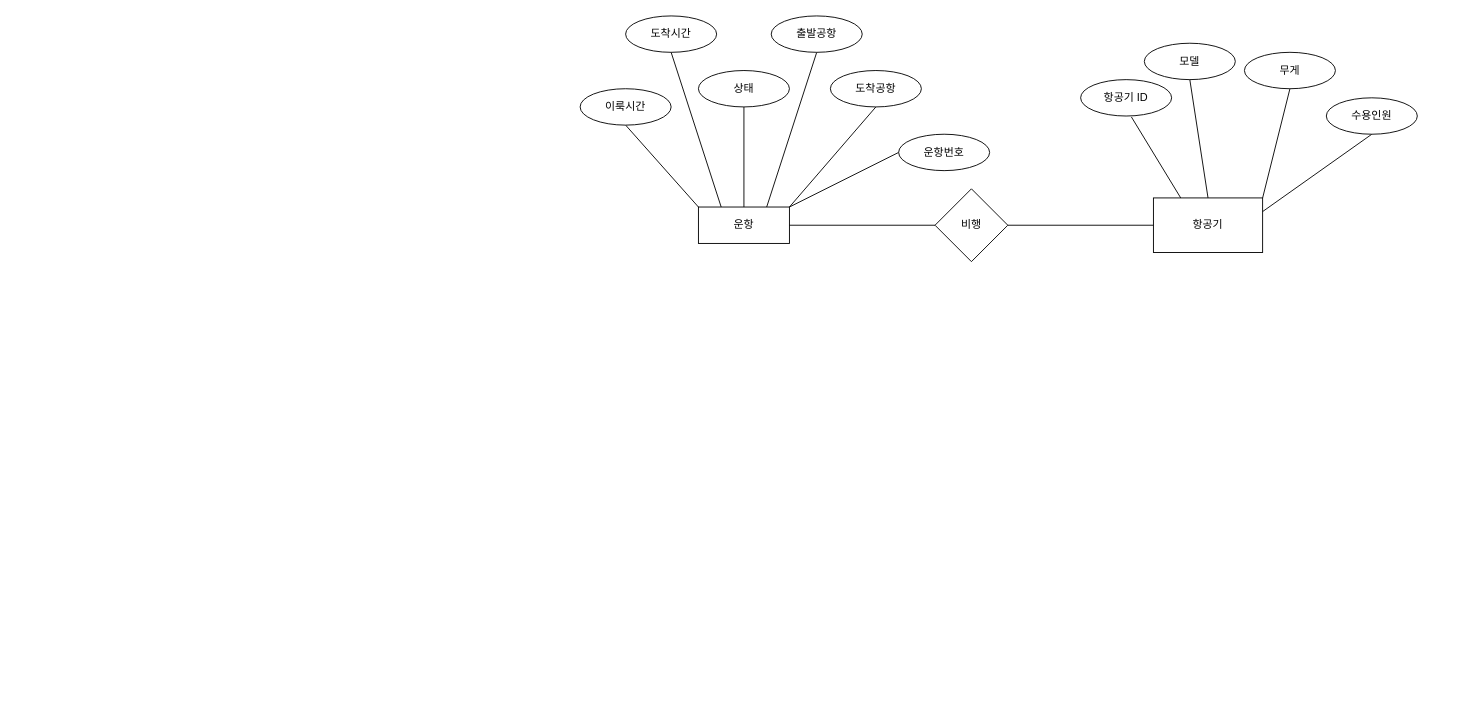
The draw.io diagram 공항.drawio in soupissalt/Festival, before the edit. Source tidied: cells renumbered, new cells numbered last; positions are measured from the earlier drawing's top-left corner, leaving out a move shared by most shapes. Both pictures are drawn from the tidied source at 91%, with x=0, y=0 at pixel (580, 15).
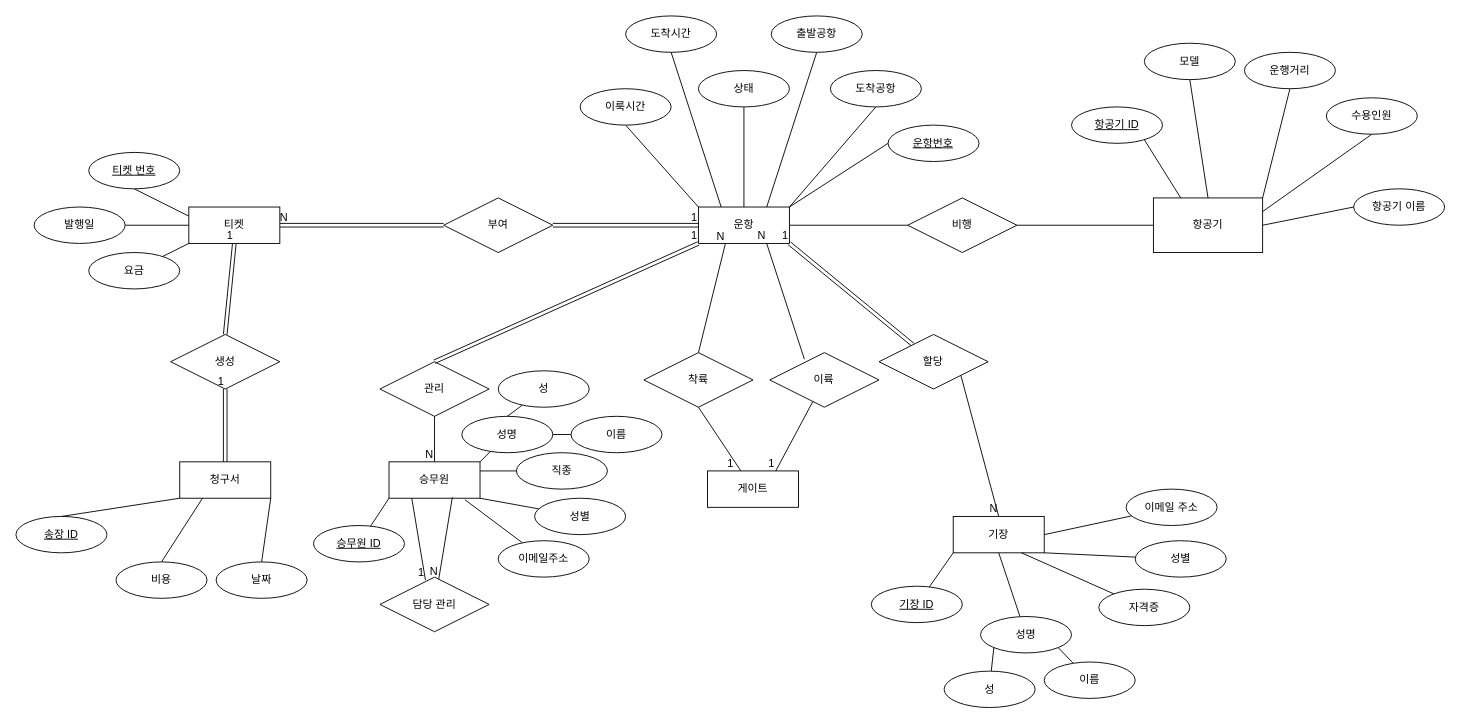
Above is the later version.

Commit message (it also covers changes not shown here):
공항.drawio 업데이트

The change refers to these unchanged cells:
```xml
<mxCell id="2" value="운항" style="whiteSpace=wrap;html=1;align=center;" parent="1" vertex="1">
  <mxGeometry x="130" y="210" width="100" height="40" as="geometry" />
</mxCell>
<mxCell id="17" value="항공기" style="whiteSpace=wrap;html=1;" parent="1" vertex="1">
  <mxGeometry x="630" y="200" width="120" height="60" as="geometry" />
</mxCell>
```

Change to the diagram source:
```diff
@@
-    <mxCell id="14" value="운항번호" style="ellipse;whiteSpace=wrap;html=1;align=center;" parent="1" vertex="1">
-      <mxGeometry x="350" y="130" width="100" height="40" as="geometry" />
-    </mxCell>
-    <mxCell id="15" value="비행" style="rhombus;whiteSpace=wrap;html=1;" parent="1" vertex="1">
-      <mxGeometry x="390" y="190" width="80" height="80" as="geometry" />
-    </mxCell>
@@
-    <mxCell id="19" style="endArrow=none;html=1;rounded=0;entryX=0.25;entryY=0;entryDx=0;entryDy=0;exitX=0.558;exitY=1.025;exitDx=0;exitDy=0;exitPerimeter=0;" parent="1" edge="1" source="23" target="17">
-      <mxGeometry relative="1" as="geometry" />
+    <mxCell id="19" style="endArrow=none;html=1;rounded=0;entryX=0.25;entryY=0;entryDx=0;entryDy=0;exitX=0.5;exitY=1;exitDx=0;exitDy=0;" parent="1" edge="1" target="17">
+      <mxGeometry relative="1" as="geometry">
+        <mxPoint x="610" y="120" as="sourcePoint" />
+      </mxGeometry>
     </mxCell>
@@
-    <mxCell id="23" value="항공기 ID" style="ellipse;whiteSpace=wrap;html=1;align=center;" parent="1" vertex="1">
-      <mxGeometry x="550" y="70" width="100" height="40" as="geometry" />
-    </mxCell>
-    <mxCell id="24" value="무게" style="ellipse;whiteSpace=wrap;html=1;align=center;" parent="1" vertex="1">
+    <mxCell id="24" value="운행거리" style="ellipse;whiteSpace=wrap;html=1;align=center;" parent="1" vertex="1">
       <mxGeometry x="730" y="40" width="100" height="40" as="geometry" />
     </mxCell>
@@
+    <mxCell id="27" style="endArrow=none;html=1;rounded=0;entryX=1;entryY=0.5;entryDx=0;entryDy=0;exitX=0;exitY=0.5;exitDx=0;exitDy=0;" parent="1" edge="1" source="28" target="17">
+      <mxGeometry relative="1" as="geometry" />
+    </mxCell>
+    <mxCell id="28" value="항공기 이름" style="ellipse;whiteSpace=wrap;html=1;align=center;" parent="1" vertex="1">
+      <mxGeometry x="850" y="190" width="100" height="40" as="geometry" />
+    </mxCell>
+    <mxCell id="29" style="shape=link;html=1;rounded=0;entryX=1;entryY=1;entryDx=0;entryDy=0;" parent="1" edge="1" source="52" target="2">
+      <mxGeometry relative="1" as="geometry" />
+    </mxCell>
+    <mxCell id="30" value="1" style="html=1;whiteSpace=wrap;align=right;verticalAlign=bottom;" parent="29" vertex="1">
+      <mxGeometry x="1" relative="1" as="geometry" />
+    </mxCell>
+    <mxCell id="31" style="endArrow=none;html=1;rounded=0;exitX=1;exitY=1;exitDx=0;exitDy=0;entryX=0.5;entryY=0;entryDx=0;entryDy=0;" parent="1" edge="1" source="52" target="33">
+      <mxGeometry relative="1" as="geometry" />
+    </mxCell>
+    <mxCell id="32" value="N" style="html=1;whiteSpace=wrap;align=right;verticalAlign=bottom;" parent="31" vertex="1">
+      <mxGeometry x="1" relative="1" as="geometry" />
+    </mxCell>
+    <mxCell id="33" value="기장" style="whiteSpace=wrap;html=1;align=center;" parent="1" vertex="1">
+      <mxGeometry x="410" y="550" width="100" height="40" as="geometry" />
+    </mxCell>
+    <mxCell id="34" style="endArrow=none;html=1;rounded=0;exitX=1;exitY=0.5;exitDx=0;exitDy=0;" parent="1" edge="1" source="33" target="35">
+      <mxGeometry relative="1" as="geometry" />
+    </mxCell>
+    <mxCell id="35" value="이메일 주소" style="ellipse;whiteSpace=wrap;html=1;align=center;" parent="1" vertex="1">
+      <mxGeometry x="600" y="520" width="100" height="40" as="geometry" />
+    </mxCell>
+    <mxCell id="36" style="endArrow=none;html=1;rounded=0;exitX=1;exitY=1;exitDx=0;exitDy=0;" parent="1" edge="1" source="33" target="38">
+      <mxGeometry relative="1" as="geometry" />
+    </mxCell>
+    <mxCell id="37" style="endArrow=none;html=1;rounded=0;exitX=0.75;exitY=1;exitDx=0;exitDy=0;" parent="1" edge="1" source="33" target="39">
+      <mxGeometry relative="1" as="geometry" />
+    </mxCell>
+    <mxCell id="38" value="성별" style="ellipse;whiteSpace=wrap;html=1;align=center;" parent="1" vertex="1">
+      <mxGeometry x="610" y="576.7" width="100" height="40" as="geometry" />
+    </mxCell>
+    <mxCell id="39" value="자격증" style="ellipse;whiteSpace=wrap;html=1;align=center;" parent="1" vertex="1">
+      <mxGeometry x="570" y="630" width="100" height="40" as="geometry" />
+    </mxCell>
+    <mxCell id="40" style="endArrow=none;html=1;rounded=0;exitX=0.5;exitY=1;exitDx=0;exitDy=0;" parent="1" edge="1" source="33" target="41">
+      <mxGeometry relative="1" as="geometry" />
+    </mxCell>
+    <mxCell id="41" value="성명" style="ellipse;whiteSpace=wrap;html=1;align=center;" parent="1" vertex="1">
+      <mxGeometry x="440" y="660" width="100" height="40" as="geometry" />
+    </mxCell>
+    <mxCell id="42" style="endArrow=none;html=1;rounded=0;exitX=0;exitY=1;exitDx=0;exitDy=0;" parent="1" edge="1" source="41" target="43">
+      <mxGeometry relative="1" as="geometry" />
+    </mxCell>
+    <mxCell id="43" value="성" style="ellipse;whiteSpace=wrap;html=1;align=center;" parent="1" vertex="1">
+      <mxGeometry x="400" y="720" width="100" height="40" as="geometry" />
+    </mxCell>
+    <mxCell id="44" style="endArrow=none;html=1;rounded=0;exitX=1;exitY=1;exitDx=0;exitDy=0;" parent="1" edge="1" source="41" target="45">
+      <mxGeometry relative="1" as="geometry" />
+    </mxCell>
+    <mxCell id="45" value="이름" style="ellipse;whiteSpace=wrap;html=1;align=center;" parent="1" vertex="1">
+      <mxGeometry x="510" y="710" width="100" height="40" as="geometry" />
+    </mxCell>
+    <mxCell id="46" style="endArrow=none;html=1;rounded=0;exitX=0;exitY=1;exitDx=0;exitDy=0;" parent="1" edge="1" source="33" target="96">
+      <mxGeometry relative="1" as="geometry" />
+    </mxCell>
+    <mxCell id="47" style="endArrow=none;html=1;rounded=0;entryX=0.296;entryY=1.007;entryDx=0;entryDy=0;entryPerimeter=0;exitX=0.5;exitY=0;exitDx=0;exitDy=0;" parent="1" edge="1" source="51" target="2">
+      <mxGeometry relative="1" as="geometry" />
+    </mxCell>
+    <mxCell id="48" value="N" style="html=1;whiteSpace=wrap;align=right;verticalAlign=bottom;" parent="47" vertex="1">
+      <mxGeometry x="1" relative="1" as="geometry" />
+    </mxCell>
+    <mxCell id="49" style="endArrow=none;html=1;rounded=0;entryX=0.75;entryY=1;entryDx=0;entryDy=0;exitX=0.317;exitY=0.12;exitDx=0;exitDy=0;exitPerimeter=0;" parent="1" edge="1" source="53" target="2">
+      <mxGeometry relative="1" as="geometry" />
+    </mxCell>
+    <mxCell id="50" value="N" style="html=1;whiteSpace=wrap;align=right;verticalAlign=bottom;" parent="49" vertex="1">
+      <mxGeometry x="1" relative="1" as="geometry" />
+    </mxCell>
+    <mxCell id="51" value="착륙" style="shape=rhombus;perimeter=rhombusPerimeter;whiteSpace=wrap;html=1;align=center;" parent="1" vertex="1">
+      <mxGeometry x="70" y="370" width="120" height="60" as="geometry" />
+    </mxCell>
+    <mxCell id="52" value="할당" style="shape=rhombus;perimeter=rhombusPerimeter;whiteSpace=wrap;html=1;align=center;" parent="1" vertex="1">
+      <mxGeometry x="328.4" y="350" width="120" height="60" as="geometry" />
+    </mxCell>
+    <mxCell id="15" value="비행" style="shape=rhombus;perimeter=rhombusPerimeter;whiteSpace=wrap;html=1;align=center;" parent="1" vertex="1">
+      <mxGeometry x="360" y="200" width="120" height="60" as="geometry" />
+    </mxCell>
+    <mxCell id="53" value="이륙" style="shape=rhombus;perimeter=rhombusPerimeter;whiteSpace=wrap;html=1;align=center;" parent="1" vertex="1">
+      <mxGeometry x="208.4" y="370" width="120" height="60" as="geometry" />
+    </mxCell>
+    <mxCell id="54" style="endArrow=none;html=1;rounded=0;exitX=0.5;exitY=1;exitDx=0;exitDy=0;" parent="1" edge="1" source="51" target="56">
+      <mxGeometry relative="1" as="geometry" />
+    </mxCell>
+    <mxCell id="55" value="1" style="html=1;whiteSpace=wrap;align=right;verticalAlign=bottom;" parent="54" vertex="1">
+      <mxGeometry x="1" relative="1" as="geometry">
+        <mxPoint x="-7" as="offset" />
+      </mxGeometry>
+    </mxCell>
+    <mxCell id="56" value="게이트" style="whiteSpace=wrap;html=1;align=center;" parent="1" vertex="1">
+      <mxGeometry x="140" y="500" width="100" height="40" as="geometry" />
+    </mxCell>
+    <mxCell id="57" style="endArrow=none;html=1;rounded=0;entryX=0.75;entryY=0;entryDx=0;entryDy=0;" parent="1" edge="1" source="53" target="56">
+      <mxGeometry relative="1" as="geometry" />
+    </mxCell>
+    <mxCell id="58" value="1" style="html=1;whiteSpace=wrap;align=right;verticalAlign=bottom;" parent="57" vertex="1">
+      <mxGeometry x="1" relative="1" as="geometry" />
+    </mxCell>
+    <mxCell id="59" value="관리" style="shape=rhombus;perimeter=rhombusPerimeter;whiteSpace=wrap;html=1;align=center;" parent="1" vertex="1">
+      <mxGeometry x="-220" y="380" width="120" height="60" as="geometry" />
+    </mxCell>
+    <mxCell id="60" style="shape=link;html=1;rounded=0;exitX=0.5;exitY=0;exitDx=0;exitDy=0;entryX=0;entryY=1;entryDx=0;entryDy=0;" parent="1" edge="1" source="59" target="2">
+      <mxGeometry relative="1" as="geometry" />
+    </mxCell>
+    <mxCell id="61" value="1" style="html=1;whiteSpace=wrap;align=right;verticalAlign=bottom;" parent="60" vertex="1">
+      <mxGeometry x="1" relative="1" as="geometry" />
+    </mxCell>
+    <mxCell id="62" style="shape=link;html=1;rounded=0;entryX=0;entryY=0.5;entryDx=0;entryDy=0;exitX=1;exitY=0.5;exitDx=0;exitDy=0;" parent="1" edge="1" source="85" target="2">
+      <mxGeometry relative="1" as="geometry" />
+    </mxCell>
+    <mxCell id="63" value="1" style="html=1;whiteSpace=wrap;align=right;verticalAlign=bottom;" parent="62" vertex="1">
+      <mxGeometry x="1" relative="1" as="geometry" />
+    </mxCell>
+    <mxCell id="64" style="endArrow=none;html=1;rounded=0;exitX=0.5;exitY=1;exitDx=0;exitDy=0;" parent="1" edge="1" source="59" target="66">
+      <mxGeometry relative="1" as="geometry" />
+    </mxCell>
+    <mxCell id="65" value="N" style="html=1;whiteSpace=wrap;align=right;verticalAlign=bottom;" parent="64" vertex="1">
+      <mxGeometry x="1" relative="1" as="geometry" />
+    </mxCell>
+    <mxCell id="66" value="승무원" style="whiteSpace=wrap;html=1;align=center;" parent="1" vertex="1">
+      <mxGeometry x="-210" y="490" width="100" height="40" as="geometry" />
+    </mxCell>
+    <mxCell id="67" style="endArrow=none;html=1;rounded=0;exitX=1;exitY=0;exitDx=0;exitDy=0;" parent="1" edge="1" source="66" target="68">
+      <mxGeometry relative="1" as="geometry" />
+    </mxCell>
+    <mxCell id="68" value="성명" style="ellipse;whiteSpace=wrap;html=1;align=center;" parent="1" vertex="1">
+      <mxGeometry x="-130" y="440" width="100" height="40" as="geometry" />
+    </mxCell>
+    <mxCell id="69" style="endArrow=none;html=1;rounded=0;exitX=0.5;exitY=0;exitDx=0;exitDy=0;" parent="1" edge="1" source="68" target="70">
+      <mxGeometry relative="1" as="geometry" />
+    </mxCell>
+    <mxCell id="70" value="성" style="ellipse;whiteSpace=wrap;html=1;align=center;" parent="1" vertex="1">
+      <mxGeometry x="-90" y="390" width="100" height="40" as="geometry" />
+    </mxCell>
+    <mxCell id="71" style="endArrow=none;html=1;rounded=0;exitX=1;exitY=0.5;exitDx=0;exitDy=0;" parent="1" edge="1" source="68" target="72">
+      <mxGeometry relative="1" as="geometry" />
+    </mxCell>
+    <mxCell id="72" value="이름" style="ellipse;whiteSpace=wrap;html=1;align=center;" parent="1" vertex="1">
+      <mxGeometry x="-10" y="440" width="100" height="40" as="geometry" />
+    </mxCell>
+    <mxCell id="73" style="endArrow=none;html=1;rounded=0;exitX=1;exitY=0.25;exitDx=0;exitDy=0;" parent="1" edge="1" source="66" target="74">
+      <mxGeometry relative="1" as="geometry" />
+    </mxCell>
+    <mxCell id="74" value="직종" style="ellipse;whiteSpace=wrap;html=1;align=center;" parent="1" vertex="1">
+      <mxGeometry x="-70" y="480" width="100" height="40" as="geometry" />
+    </mxCell>
+    <mxCell id="75" style="endArrow=none;html=1;rounded=0;exitX=1;exitY=1;exitDx=0;exitDy=0;" parent="1" edge="1" source="66" target="76">
+      <mxGeometry relative="1" as="geometry" />
+    </mxCell>
+    <mxCell id="76" value="성별" style="ellipse;whiteSpace=wrap;html=1;align=center;" parent="1" vertex="1">
+      <mxGeometry x="-50" y="530" width="100" height="40" as="geometry" />
+    </mxCell>
+    <mxCell id="77" style="endArrow=none;html=1;rounded=0;exitX=0.834;exitY=1.041;exitDx=0;exitDy=0;exitPerimeter=0;" parent="1" edge="1" source="66" target="78">
+      <mxGeometry relative="1" as="geometry" />
+    </mxCell>
+    <mxCell id="78" value="이메일주소" style="ellipse;whiteSpace=wrap;html=1;align=center;" parent="1" vertex="1">
+      <mxGeometry x="-90" y="576.7" width="100" height="40" as="geometry" />
+    </mxCell>
+    <mxCell id="79" style="endArrow=none;html=1;rounded=0;exitX=0.696;exitY=0.972;exitDx=0;exitDy=0;exitPerimeter=0;" parent="1" edge="1" source="66" target="83">
+      <mxGeometry relative="1" as="geometry" />
+    </mxCell>
+    <mxCell id="80" value="N" style="html=1;whiteSpace=wrap;align=right;verticalAlign=bottom;" parent="79" vertex="1">
+      <mxGeometry x="1" relative="1" as="geometry" />
+    </mxCell>
+    <mxCell id="81" style="endArrow=none;html=1;rounded=0;exitX=0.25;exitY=1;exitDx=0;exitDy=0;entryX=0.417;entryY=0.055;entryDx=0;entryDy=0;entryPerimeter=0;" parent="1" edge="1" source="66" target="83">
+      <mxGeometry relative="1" as="geometry" />
+    </mxCell>
+    <mxCell id="82" value="1" style="html=1;whiteSpace=wrap;align=right;verticalAlign=bottom;" parent="81" vertex="1">
+      <mxGeometry x="1" relative="1" as="geometry" />
+    </mxCell>
+    <mxCell id="83" value="담당 관리" style="shape=rhombus;perimeter=rhombusPerimeter;whiteSpace=wrap;html=1;align=center;" parent="1" vertex="1">
+      <mxGeometry x="-220" y="616.7" width="120" height="60" as="geometry" />
+    </mxCell>
+    <mxCell id="84" style="endArrow=none;html=1;rounded=0;exitX=0;exitY=1;exitDx=0;exitDy=0;" parent="1" edge="1" source="66" target="95">
+      <mxGeometry relative="1" as="geometry" />
+    </mxCell>
+    <mxCell id="85" value="부여" style="shape=rhombus;perimeter=rhombusPerimeter;whiteSpace=wrap;html=1;align=center;" parent="1" vertex="1">
+      <mxGeometry x="-150" y="200" width="120" height="60" as="geometry" />
+    </mxCell>
+    <mxCell id="86" style="shape=link;html=1;rounded=0;exitX=0;exitY=0.5;exitDx=0;exitDy=0;entryX=1;entryY=0.5;entryDx=0;entryDy=0;" parent="1" edge="1" source="85" target="88">
+      <mxGeometry relative="1" as="geometry" />
+    </mxCell>
+    <mxCell id="87" value="N" style="html=1;whiteSpace=wrap;align=right;verticalAlign=bottom;" parent="86" vertex="1">
+      <mxGeometry x="1" relative="1" as="geometry">
+        <mxPoint x="10" as="offset" />
+      </mxGeometry>
+    </mxCell>
+    <mxCell id="88" value="티켓" style="whiteSpace=wrap;html=1;align=center;" parent="1" vertex="1">
+      <mxGeometry x="-430" y="210" width="100" height="40" as="geometry" />
+    </mxCell>
+    <mxCell id="89" style="endArrow=none;html=1;rounded=0;exitX=0;exitY=0.25;exitDx=0;exitDy=0;entryX=0.5;entryY=1;entryDx=0;entryDy=0;" parent="1" edge="1" source="88" target="92">
+      <mxGeometry relative="1" as="geometry" />
+    </mxCell>
+    <mxCell id="90" style="endArrow=none;html=1;rounded=0;exitX=0;exitY=0.5;exitDx=0;exitDy=0;" parent="1" edge="1" source="88" target="91">
+      <mxGeometry relative="1" as="geometry" />
+    </mxCell>
+    <mxCell id="91" value="발행일" style="ellipse;whiteSpace=wrap;html=1;align=center;" parent="1" vertex="1">
+      <mxGeometry x="-600" y="210" width="100" height="40" as="geometry" />
+    </mxCell>
+    <mxCell id="92" value="티켓 번호" style="ellipse;whiteSpace=wrap;html=1;align=center;fontStyle=4;" parent="1" vertex="1">
+      <mxGeometry x="-540" y="150" width="100" height="40" as="geometry" />
+    </mxCell>
+    <mxCell id="93" style="endArrow=none;html=1;rounded=0;exitX=0;exitY=1;exitDx=0;exitDy=0;" parent="1" edge="1" source="88" target="94">
+      <mxGeometry relative="1" as="geometry" />
+    </mxCell>
+    <mxCell id="94" value="요금" style="ellipse;whiteSpace=wrap;html=1;align=center;" parent="1" vertex="1">
+      <mxGeometry x="-540" y="260" width="100" height="40" as="geometry" />
+    </mxCell>
+    <mxCell id="95" value="승무원 ID" style="ellipse;whiteSpace=wrap;html=1;align=center;fontStyle=4;" parent="1" vertex="1">
+      <mxGeometry x="-293" y="560" width="100" height="40" as="geometry" />
+    </mxCell>
+    <mxCell id="96" value="기장 ID" style="ellipse;whiteSpace=wrap;html=1;align=center;fontStyle=4;" parent="1" vertex="1">
+      <mxGeometry x="320" y="626.7" width="100" height="40" as="geometry" />
+    </mxCell>
+    <mxCell id="23" value="항공기 ID" style="ellipse;whiteSpace=wrap;html=1;align=center;fontStyle=4;" parent="1" vertex="1">
+      <mxGeometry x="540" y="100" width="100" height="40" as="geometry" />
+    </mxCell>
+    <mxCell id="14" value="운항번호" style="ellipse;whiteSpace=wrap;html=1;align=center;fontStyle=4;" parent="1" vertex="1">
+      <mxGeometry x="338.4" y="120" width="100" height="40" as="geometry" />
+    </mxCell>
+    <mxCell id="97" value="생성" style="shape=rhombus;perimeter=rhombusPerimeter;whiteSpace=wrap;html=1;align=center;" parent="1" vertex="1">
+      <mxGeometry x="-450" y="350" width="120" height="60" as="geometry" />
+    </mxCell>
+    <mxCell id="98" style="shape=link;html=1;rounded=0;entryX=0.5;entryY=1;entryDx=0;entryDy=0;exitX=0.5;exitY=0;exitDx=0;exitDy=0;" parent="1" edge="1" source="97" target="88">
+      <mxGeometry relative="1" as="geometry" />
+    </mxCell>
+    <mxCell id="99" value="1" style="html=1;whiteSpace=wrap;align=right;verticalAlign=bottom;" parent="98" vertex="1">
+      <mxGeometry x="1" relative="1" as="geometry" />
+    </mxCell>
+    <mxCell id="100" style="shape=link;html=1;rounded=0;entryX=0.5;entryY=1;entryDx=0;entryDy=0;exitX=0.5;exitY=0;exitDx=0;exitDy=0;" parent="1" edge="1" source="102" target="97">
+      <mxGeometry relative="1" as="geometry" />
+    </mxCell>
+    <mxCell id="101" value="1" style="html=1;whiteSpace=wrap;align=right;verticalAlign=bottom;" parent="100" vertex="1">
+      <mxGeometry x="1" relative="1" as="geometry" />
+    </mxCell>
+    <mxCell id="102" value="청구서" style="whiteSpace=wrap;html=1;align=center;" parent="1" vertex="1">
+      <mxGeometry x="-440" y="490" width="100" height="40" as="geometry" />
+    </mxCell>
+    <mxCell id="103" style="endArrow=none;html=1;rounded=0;entryX=1;entryY=1;entryDx=0;entryDy=0;exitX=0.5;exitY=0;exitDx=0;exitDy=0;" parent="1" edge="1" source="104" target="102">
+      <mxGeometry relative="1" as="geometry" />
+    </mxCell>
+    <mxCell id="104" value="날짜" style="ellipse;whiteSpace=wrap;html=1;align=center;" parent="1" vertex="1">
+      <mxGeometry x="-400" y="600" width="100" height="40" as="geometry" />
+    </mxCell>
+    <mxCell id="105" style="endArrow=none;html=1;rounded=0;entryX=0.25;entryY=1;entryDx=0;entryDy=0;exitX=0.5;exitY=0;exitDx=0;exitDy=0;" parent="1" edge="1" source="106" target="102">
+      <mxGeometry relative="1" as="geometry" />
+    </mxCell>
+    <mxCell id="106" value="비용" style="ellipse;whiteSpace=wrap;html=1;align=center;" parent="1" vertex="1">
+      <mxGeometry x="-510" y="600" width="100" height="40" as="geometry" />
+    </mxCell>
+    <mxCell id="107" style="endArrow=none;html=1;rounded=0;entryX=0;entryY=1;entryDx=0;entryDy=0;exitX=0.5;exitY=0;exitDx=0;exitDy=0;" parent="1" edge="1" source="108" target="102">
+      <mxGeometry relative="1" as="geometry" />
+    </mxCell>
+    <mxCell id="108" value="송장 ID" style="ellipse;whiteSpace=wrap;html=1;align=center;fontStyle=4;" parent="1" vertex="1">
+      <mxGeometry x="-620" y="550" width="100" height="40" as="geometry" />
+    </mxCell>
```
